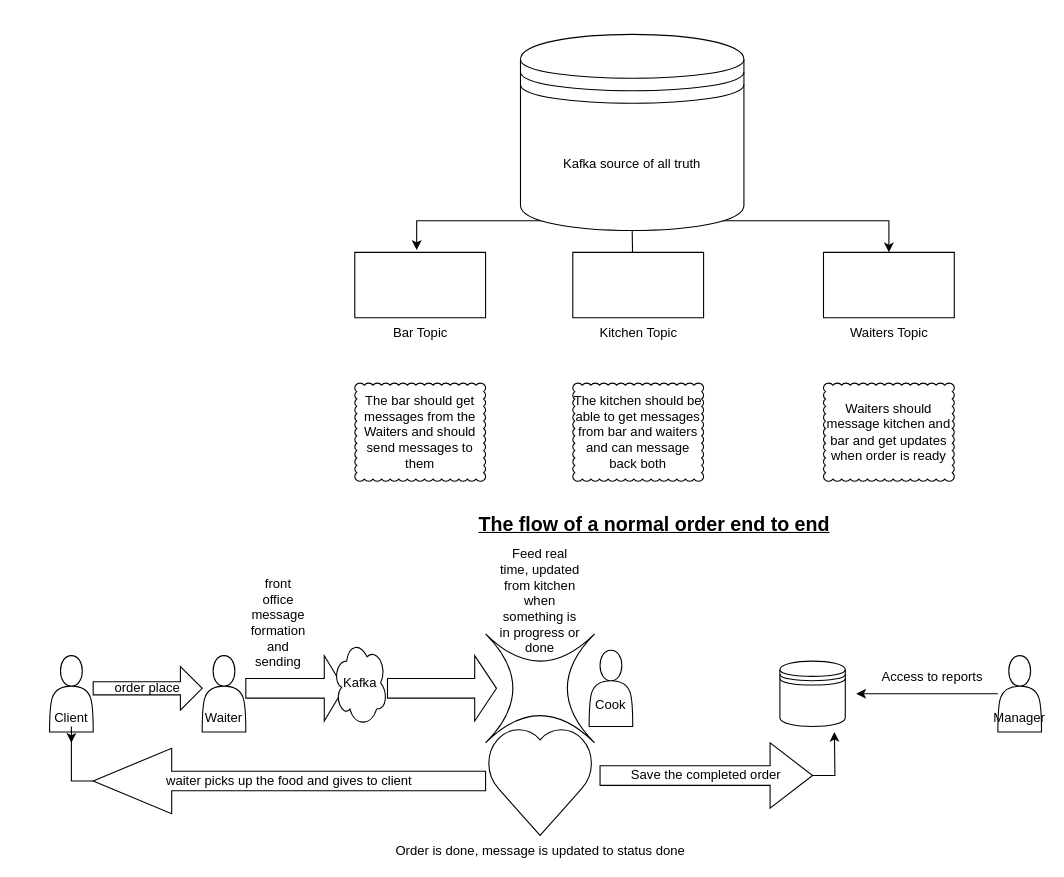
Earlier version of the draw.io diagram miCocina.drawio (plpetkov-tech/learning). Source tidied: cells renumbered, new cells numbered last; positions are measured from the earlier drawing's top-left corner, leaving out a move shared by most shapes. Both pictures are drawn from the tidied source at 109%, with x=0, y=0 at pixel (49, 34).
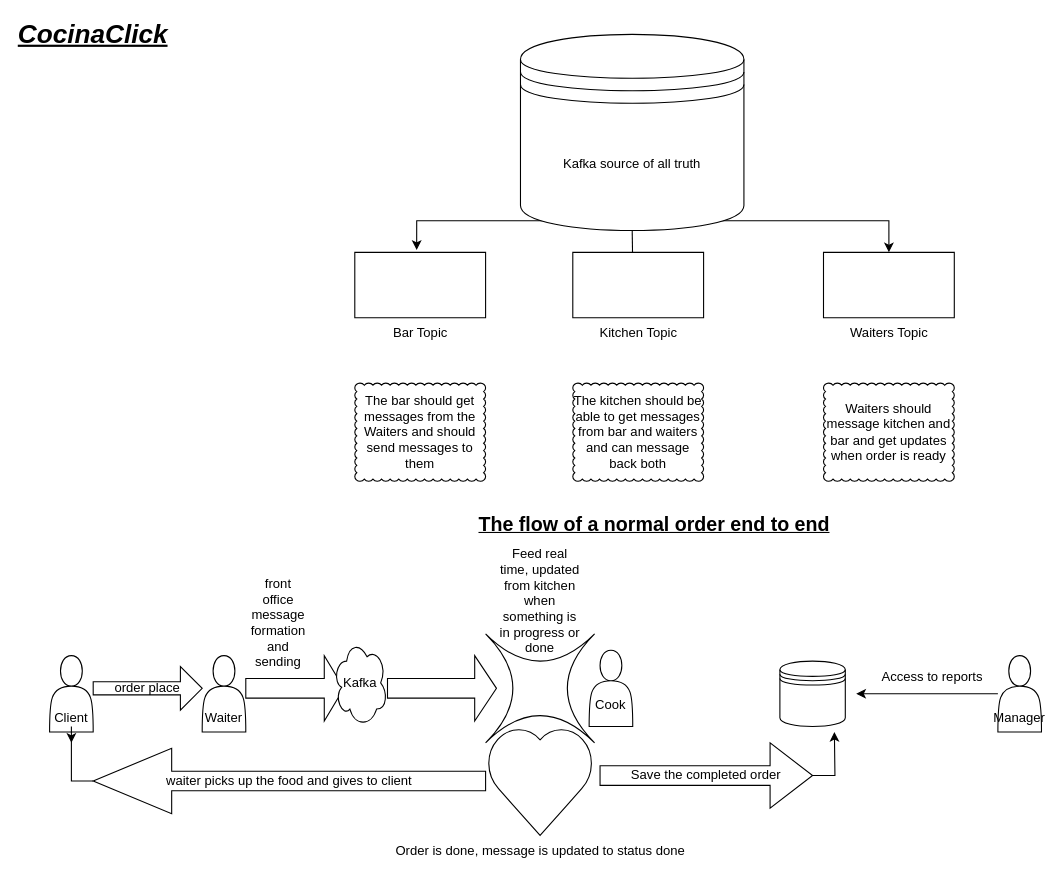
The same diagram, later.

Change to the diagram source:
```diff
@@
+    <mxCell id="32" value="&lt;font style=&quot;font-size: 24px&quot;&gt;&lt;b&gt;&lt;i&gt;&lt;u&gt;CocinaClick&lt;/u&gt;&lt;/i&gt;&lt;/b&gt;&lt;/font&gt;" style="text;html=1;strokeColor=none;fillColor=none;align=center;verticalAlign=middle;whiteSpace=wrap;rounded=0;" parent="1" vertex="1">
+      <mxGeometry x="20" y="-10" width="40" height="20" as="geometry" />
+    </mxCell>
```
